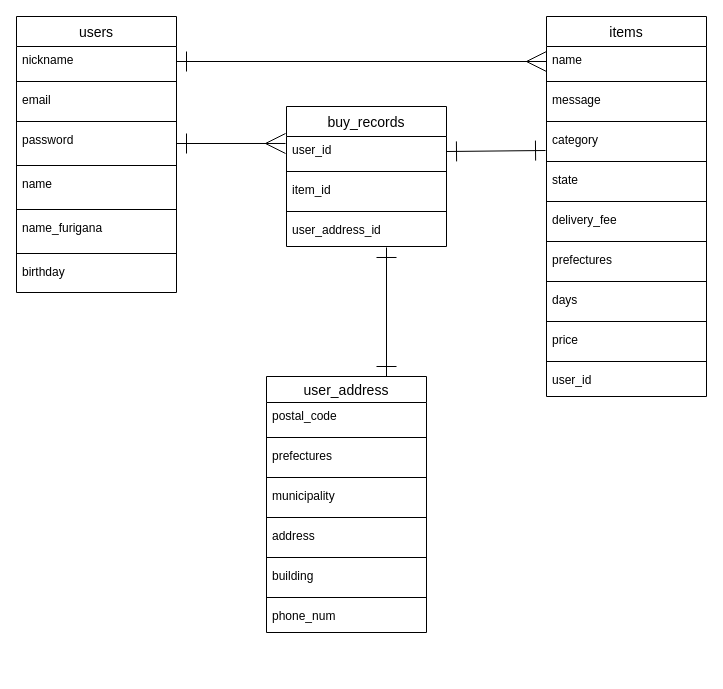
This is furima.dio from hanabusasusumu/furima-31947, a draw.io file, before an edit. Source tidied: cells renumbered, new cells numbered last; positions are measured from the earlier drawing's top-left corner, leaving out a move shared by most shapes. Both pictures are drawn from the tidied source at 100%, with x=0, y=0 at pixel (16, 16).
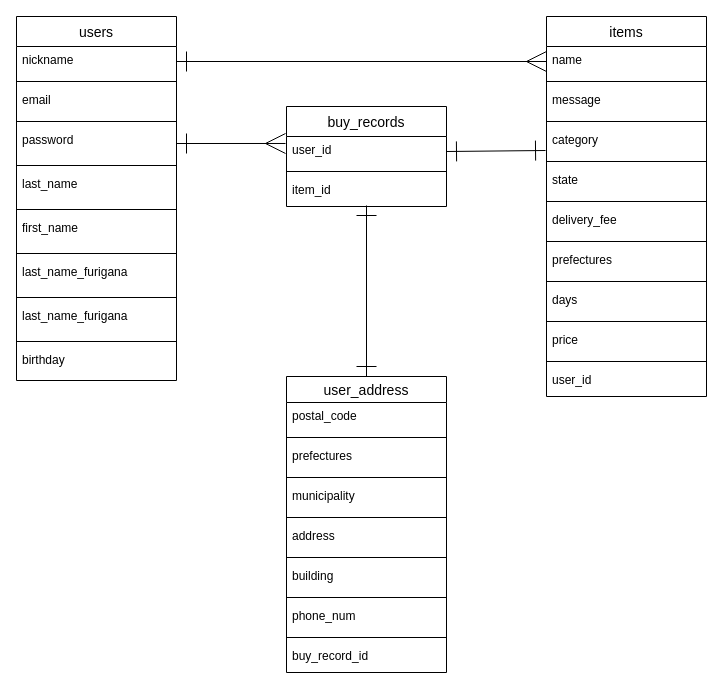
Above is the later version.

Commit message (it also covers changes not shown here):
ER図、READMEの修正

Unchanged cells that the change refers to:
```xml
<mxCell id="48" value="item_id" style="text;strokeColor=none;fillColor=none;spacingLeft=4;spacingRight=4;overflow=hidden;points=[[0,0.5],[1,0.5]];portConstraint=eastwest;fontSize=12;" parent="45" vertex="1">
  <mxGeometry y="70" width="160" height="30" as="geometry" />
</mxCell>
```

The edit, as a diff of the source:
```diff
@@
     <mxCell id="2" value="users" style="swimlane;fontStyle=0;horizontal=1;startSize=30;align=center;fontSize=14;" parent="1" vertex="1">
-      <mxGeometry width="160" height="276" as="geometry" />
+      <mxGeometry width="160" height="364" as="geometry" />
     </mxCell>
@@
-    <mxCell id="9" value="name" style="text;strokeColor=none;fillColor=none;spacingLeft=4;spacingRight=4;overflow=hidden;fontSize=12;" parent="2" vertex="1">
+    <mxCell id="9" value="last_name" style="text;strokeColor=none;fillColor=none;spacingLeft=4;spacingRight=4;overflow=hidden;fontSize=12;" parent="2" vertex="1">
       <mxGeometry y="154" width="160" height="34" as="geometry" />
     </mxCell>
+    <mxCell id="54" style="line;strokeWidth=1;dashed=0;labelPosition=right;align=left;verticalAlign=middle;spacingTop=0;spacingLeft=6;" parent="2" vertex="1">
+      <mxGeometry y="188" width="160" height="10" as="geometry" />
+    </mxCell>
+    <mxCell id="55" value="first_name" style="text;strokeColor=none;fillColor=none;spacingLeft=4;spacingRight=4;overflow=hidden;fontSize=12;" parent="2" vertex="1">
+      <mxGeometry y="198" width="160" height="34" as="geometry" />
+    </mxCell>
     <mxCell id="10" style="line;strokeWidth=1;dashed=0;labelPosition=right;align=left;verticalAlign=middle;spacingTop=0;spacingLeft=6;" parent="2" vertex="1">
-      <mxGeometry y="188" width="160" height="10" as="geometry" />
+      <mxGeometry y="232" width="160" height="10" as="geometry" />
     </mxCell>
-    <mxCell id="11" value="name_furigana" style="text;strokeColor=none;fillColor=none;spacingLeft=4;spacingRight=4;overflow=hidden;fontSize=12;" parent="2" vertex="1">
-      <mxGeometry y="198" width="160" height="34" as="geometry" />
+    <mxCell id="11" value="last_name_furigana" style="text;strokeColor=none;fillColor=none;spacingLeft=4;spacingRight=4;overflow=hidden;fontSize=12;" parent="2" vertex="1">
+      <mxGeometry y="242" width="160" height="34" as="geometry" />
     </mxCell>
     <mxCell id="12" style="line;strokeWidth=1;dashed=0;labelPosition=right;align=left;verticalAlign=middle;spacingTop=0;spacingLeft=6;" parent="2" vertex="1">
-      <mxGeometry y="232" width="160" height="10" as="geometry" />
+      <mxGeometry y="276" width="160" height="10" as="geometry" />
     </mxCell>
+    <mxCell id="56" value="last_name_furigana" style="text;strokeColor=none;fillColor=none;spacingLeft=4;spacingRight=4;overflow=hidden;fontSize=12;" parent="2" vertex="1">
+      <mxGeometry y="286" width="160" height="34" as="geometry" />
+    </mxCell>
+    <mxCell id="57" style="line;strokeWidth=1;dashed=0;labelPosition=right;align=left;verticalAlign=middle;spacingTop=0;spacingLeft=6;" parent="2" vertex="1">
+      <mxGeometry y="320" width="160" height="10" as="geometry" />
+    </mxCell>
     <mxCell id="13" value="birthday" style="text;strokeColor=none;fillColor=none;spacingLeft=4;spacingRight=4;overflow=hidden;fontSize=12;" parent="2" vertex="1">
-      <mxGeometry y="242" width="160" height="34" as="geometry" />
+      <mxGeometry y="330" width="160" height="34" as="geometry" />
     </mxCell>
@@
-    <mxCell id="32" style="edgeStyle=orthogonalEdgeStyle;rounded=0;jettySize=auto;html=1;exitX=0.75;exitY=0;exitDx=0;exitDy=0;entryX=0.625;entryY=1.033;entryDx=0;entryDy=0;entryPerimeter=0;startArrow=ERone;startFill=0;startSize=18;endArrow=ERone;endFill=0;endSize=18;" parent="1" edge="1" source="33" target="50">
-      <mxGeometry relative="1" as="geometry" />
-    </mxCell>
+    <mxCell id="58" style="edgeStyle=orthogonalEdgeStyle;rounded=0;jettySize=auto;html=1;exitX=0.5;exitY=0;exitDx=0;exitDy=0;entryX=0.5;entryY=0.967;entryDx=0;entryDy=0;entryPerimeter=0;startArrow=ERone;startFill=0;endSize=18;startSize=18;endArrow=ERone;endFill=0;" parent="1" edge="1" source="33" target="48">
+      <mxGeometry relative="1" as="geometry" />
+    </mxCell>
     <mxCell id="33" value="user_address" style="swimlane;fontStyle=0;horizontal=1;startSize=26;align=center;fontSize=14;" parent="1" vertex="1">
-      <mxGeometry x="250" y="360" width="160" height="256" as="geometry" />
+      <mxGeometry x="270" y="360" width="160" height="296" as="geometry" />
     </mxCell>
@@
+    <mxCell id="59" style="line;strokeWidth=1;dashed=0;labelPosition=right;align=left;verticalAlign=middle;spacingTop=0;spacingLeft=6;" parent="33" vertex="1">
+      <mxGeometry y="256" width="160" height="10" as="geometry" />
+    </mxCell>
+    <mxCell id="60" value="buy_record_id" style="text;strokeColor=none;fillColor=none;spacingLeft=4;spacingRight=4;overflow=hidden;fontSize=12;" parent="33" vertex="1">
+      <mxGeometry y="266" width="160" height="30" as="geometry" />
+    </mxCell>
     <mxCell id="45" value="buy_records" style="swimlane;fontStyle=0;horizontal=1;startSize=30;align=center;fontSize=14;" parent="1" vertex="1">
-      <mxGeometry x="270" y="90" width="160" height="140" as="geometry" />
+      <mxGeometry x="270" y="90" width="160" height="100" as="geometry" />
     </mxCell>
@@
-    <mxCell id="49" style="line;strokeWidth=1;dashed=0;labelPosition=right;align=left;verticalAlign=middle;spacingTop=0;spacingLeft=6;" parent="45" vertex="1">
-      <mxGeometry y="100" width="160" height="10" as="geometry" />
-    </mxCell>
-    <mxCell id="50" value="user_address_id" style="text;strokeColor=none;fillColor=none;spacingLeft=4;spacingRight=4;overflow=hidden;points=[[0,0.5],[1,0.5]];portConstraint=eastwest;fontSize=12;" parent="45" vertex="1">
-      <mxGeometry y="110" width="160" height="30" as="geometry" />
-    </mxCell>
```
